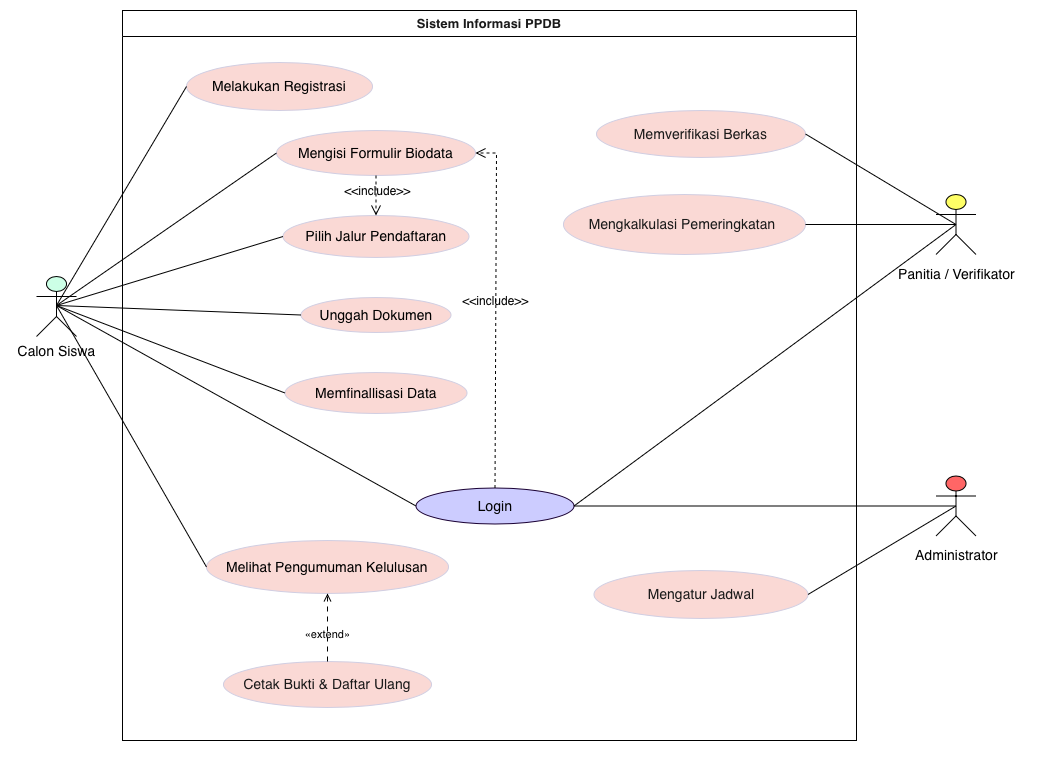
Before: Use Case PPDB.drawio.png, a diagram exported from draw.io (Natarchh/Sistem-Informasi-Pendaftaran-Sekolah). Source tidied: cells renumbered, new cells last; positions are measured from the earlier drawing's top-left corner, leaving out a move shared by most shapes.
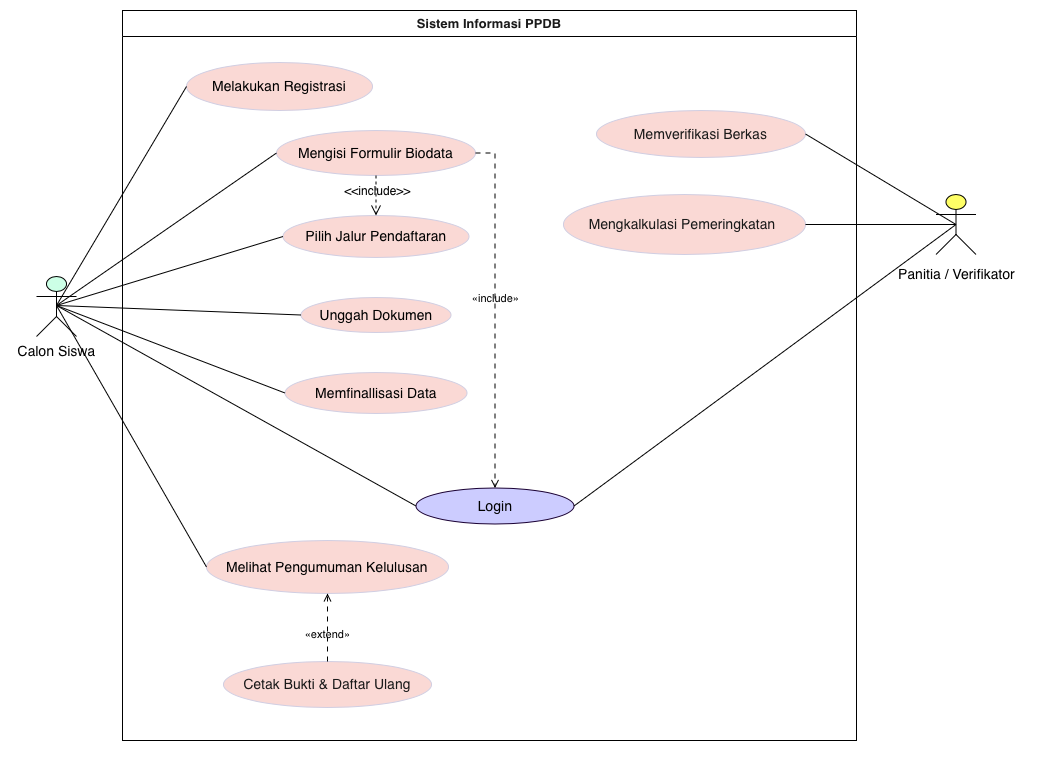
The same file after the commit.

Change to the diagram source:
```diff
@@ -35,25 +35,22 @@
     <mxCell id="12" value="Mengkalkulasi Pemeringkatan&amp;nbsp;" style="ellipse;html=1;fillColor=#FAD9D5;strokeColor=#D0CEE2;whiteSpace=wrap;fontColor=#1A1A1A;fontSize=14;rounded=0;labelBackgroundColor=none;" parent="3" vertex="1">
       <mxGeometry x="441" y="184" width="242" height="60" as="geometry" />
     </mxCell>
-    <mxCell id="13" value="Mengatur Jadwal" style="ellipse;html=1;fillColor=#FAD9D5;strokeColor=#D0CEE2;whiteSpace=wrap;fontColor=#1A1A1A;fontSize=14;rounded=0;labelBackgroundColor=none;" parent="3" vertex="1">
-      <mxGeometry x="471.5" y="560" width="214" height="48" as="geometry" />
-    </mxCell>
     <mxCell id="14" value="Cetak Bukti &amp;amp; Daftar Ulang" style="ellipse;html=1;fillColor=#FAD9D5;strokeColor=#D0CEE2;whiteSpace=wrap;fontColor=#1A1A1A;fontSize=14;rounded=0;labelBackgroundColor=none;" parent="3" vertex="1">
       <mxGeometry x="101" y="651" width="208" height="46" as="geometry" />
     </mxCell>
+    <mxCell id="36" value="&lt;span style=&quot;color: light-dark(rgb(0, 0, 0), rgb(0, 0, 0));&quot;&gt;«include»&lt;/span&gt;" style="endArrow=open;dashed=1;dashPattern=5 5;strokeColor=#000000;fontColor=default;fontSize=11;edgeStyle=none;rounded=0;html=1;curved=0;endSize=6;sourcePerimeterSpacing=0;targetPerimeterSpacing=0;exitX=1;exitY=0.5;exitDx=0;exitDy=0;labelBackgroundColor=none;" parent="3" edge="1" source="5" target="10">
+      <mxGeometry x="-0.07" relative="1" as="geometry">
+        <Array as="points">
+          <mxPoint x="372.5" y="142.5" />
+        </Array>
+      </mxGeometry>
+    </mxCell>
     <mxCell id="15" value="&lt;span style=&quot;color: light-dark(rgb(0, 0, 0), rgb(0, 0, 0));&quot;&gt;«extend»&lt;/span&gt;" style="endArrow=open;dashed=1;dashPattern=5 5;strokeColor=#000000;fontColor=default;fontSize=11;edgeStyle=none;rounded=0;html=1;curved=0;endSize=6;sourcePerimeterSpacing=0;targetPerimeterSpacing=0;entryX=0.5;entryY=1;entryDx=0;entryDy=0;labelBackgroundColor=none;" parent="3" edge="1" source="14" target="9">
       <mxGeometry x="-0.2" relative="1" as="geometry" />
     </mxCell>
     <mxCell id="16" value="&lt;span style=&quot;color: light-dark(rgb(0, 0, 0), rgb(0, 0, 0));&quot;&gt;&amp;lt;&amp;lt;include&amp;gt;&amp;gt;&lt;/span&gt;" style="html=1;verticalAlign=bottom;labelBackgroundColor=none;endArrow=open;endFill=0;dashed=1;rounded=0;fontSize=12;startSize=8;endSize=8;curved=1;strokeColor=#000000;fontColor=default;" parent="3" edge="1" source="5" target="6">
       <mxGeometry x="0.25" y="1" relative="1" as="geometry" />
     </mxCell>
-    <mxCell id="17" value="&amp;lt;&amp;lt;include&amp;gt;&amp;gt;" style="html=1;verticalAlign=bottom;labelBackgroundColor=none;endArrow=open;endFill=0;dashed=1;rounded=0;fontSize=12;startSize=8;endSize=8;curved=0;entryX=1;entryY=0.5;entryDx=0;entryDy=0;exitX=0.5;exitY=0;exitDx=0;exitDy=0;" parent="3" edge="1" source="10" target="5">
-      <mxGeometry relative="1" as="geometry">
-        <Array as="points">
-          <mxPoint x="374" y="142.5" />
-        </Array>
-      </mxGeometry>
-    </mxCell>
     <mxCell id="18" style="shape=umlActor;html=1;fillColor=#CCFFE6;strokeColor=#000000;fontColor=#1A1A1A;fontSize=14;rounded=0;labelBackgroundColor=none;" parent="2" vertex="1">
       <mxGeometry x="110" y="686" width="40" height="60" as="geometry" />
     </mxCell>
@@ -66,9 +63,6 @@
     <mxCell id="21" value="&lt;span style=&quot;color: light-dark(rgb(0, 0, 0), rgb(0, 0, 0));&quot;&gt;Panitia / Verifikator&lt;/span&gt;" style="text;html=1;align=center;verticalAlign=top;fontColor=#1A1A1A;fontSize=14;rounded=0;labelBackgroundColor=none;" parent="2" vertex="1">
       <mxGeometry x="955.5" y="669" width="148" height="17" as="geometry" />
     </mxCell>
-    <mxCell id="22" style="shape=umlActor;html=1;fillColor=#FF6666;strokeColor=#000000;fontColor=#1A1A1A;fontSize=14;rounded=0;labelBackgroundColor=none;" parent="2" vertex="1">
-      <mxGeometry x="1009.5" y="885.5" width="40" height="60" as="geometry" />
-    </mxCell>
     <mxCell id="23" style="endArrow=none;strokeColor=#000000;fontColor=default;fontSize=11;edgeStyle=none;rounded=0;html=1;curved=0;endSize=6;sourcePerimeterSpacing=0;targetPerimeterSpacing=0;exitX=0.5;exitY=0.5;exitDx=0;exitDy=0;exitPerimeter=0;entryX=0;entryY=0.5;entryDx=0;entryDy=0;labelBackgroundColor=none;" parent="2" edge="1" target="4">
       <mxGeometry relative="1" as="geometry">
         <mxPoint x="130" y="715" as="sourcePoint" />
@@ -113,14 +107,5 @@
     <mxCell id="32" style="endArrow=none;strokeColor=#000000;fontColor=default;fontSize=11;edgeStyle=none;rounded=0;html=1;exitX=0.5;exitY=0.5;exitPerimeter=0;curved=0;endSize=6;sourcePerimeterSpacing=0;targetPerimeterSpacing=0;exitDx=0;exitDy=0;entryX=1;entryY=0.5;entryDx=0;entryDy=0;labelBackgroundColor=none;" parent="2" edge="1" source="20" target="12">
       <mxGeometry relative="1" as="geometry" />
     </mxCell>
-    <mxCell id="33" style="endArrow=none;strokeColor=#000000;fontColor=default;fontSize=11;edgeStyle=none;rounded=0;html=1;curved=0;endSize=6;sourcePerimeterSpacing=0;targetPerimeterSpacing=0;exitX=0.5;exitY=0.5;exitDx=0;exitDy=0;exitPerimeter=0;labelBackgroundColor=none;" parent="2" edge="1" source="22" target="10">
-      <mxGeometry relative="1" as="geometry" />
-    </mxCell>
-    <mxCell id="34" style="endArrow=none;strokeColor=#000000;fontColor=default;fontSize=11;edgeStyle=none;rounded=0;html=1;exitX=0.5;exitY=0.5;exitPerimeter=0;curved=0;endSize=6;sourcePerimeterSpacing=0;targetPerimeterSpacing=0;exitDx=0;exitDy=0;entryX=1;entryY=0.5;entryDx=0;entryDy=0;labelBackgroundColor=none;" parent="2" edge="1" source="22" target="13">
-      <mxGeometry relative="1" as="geometry" />
-    </mxCell>
-    <mxCell id="35" value="&lt;span style=&quot;color: light-dark(rgb(0, 0, 0), rgb(0, 0, 0));&quot;&gt;Administrator&lt;/span&gt;" style="text;html=1;align=center;verticalAlign=top;fontColor=#1A1A1A;fontSize=14;rounded=0;labelBackgroundColor=none;" parent="2" vertex="1">
-      <mxGeometry x="980" y="950" width="99" height="17" as="geometry" />
-    </mxCell>
   </root>
 </mxGraphModel>
```
